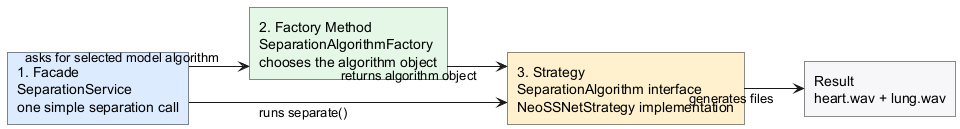
Earlier version of the PlantUML export docs/software_design_report/diagrams/img/overall_alt_lecturer_simple.png (ASHRAF-2004/Machine-Learning-Based-System-for-Cardiopulmonary-Sound-Separation).
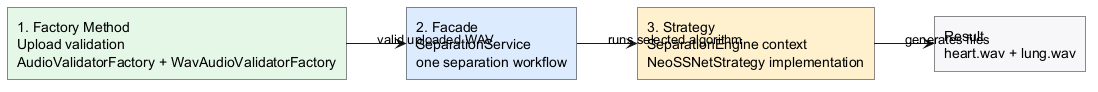
The same file after the commit.

What changed in the source:
```diff
@@ -7,14 +7,13 @@
   RoundCorner 0
 }
 
-rectangle "1. Facade\nSeparationService\none simple separation call" as Facade #DCEBFF
-rectangle "2. Factory Method\nSeparationAlgorithmFactory\nchooses the algorithm object" as Factory #E4F7E7
-rectangle "3. Strategy\nSeparationAlgorithm interface\nNeoSSNetStrategy implementation" as Strategy #FFF1CC
+rectangle "1. Factory Method\nUpload validation\nAudioValidatorFactory + WavAudioValidatorFactory" as Factory #E4F7E7
+rectangle "2. Facade\nSeparationService\none separation workflow" as Facade #DCEBFF
+rectangle "3. Strategy\nSeparationEngine context\nNeoSSNetStrategy implementation" as Strategy #FFF1CC
 rectangle "Result\nheart.wav + lung.wav" as Result #F6F7F9
 
-Facade --> Factory : asks for selected model algorithm
-Factory --> Strategy : returns algorithm object
-Facade --> Strategy : runs separate()
+Factory --> Facade : valid uploaded WAV
+Facade --> Strategy : runs selected algorithm
 Strategy --> Result : generates files
 
 @enduml
```
